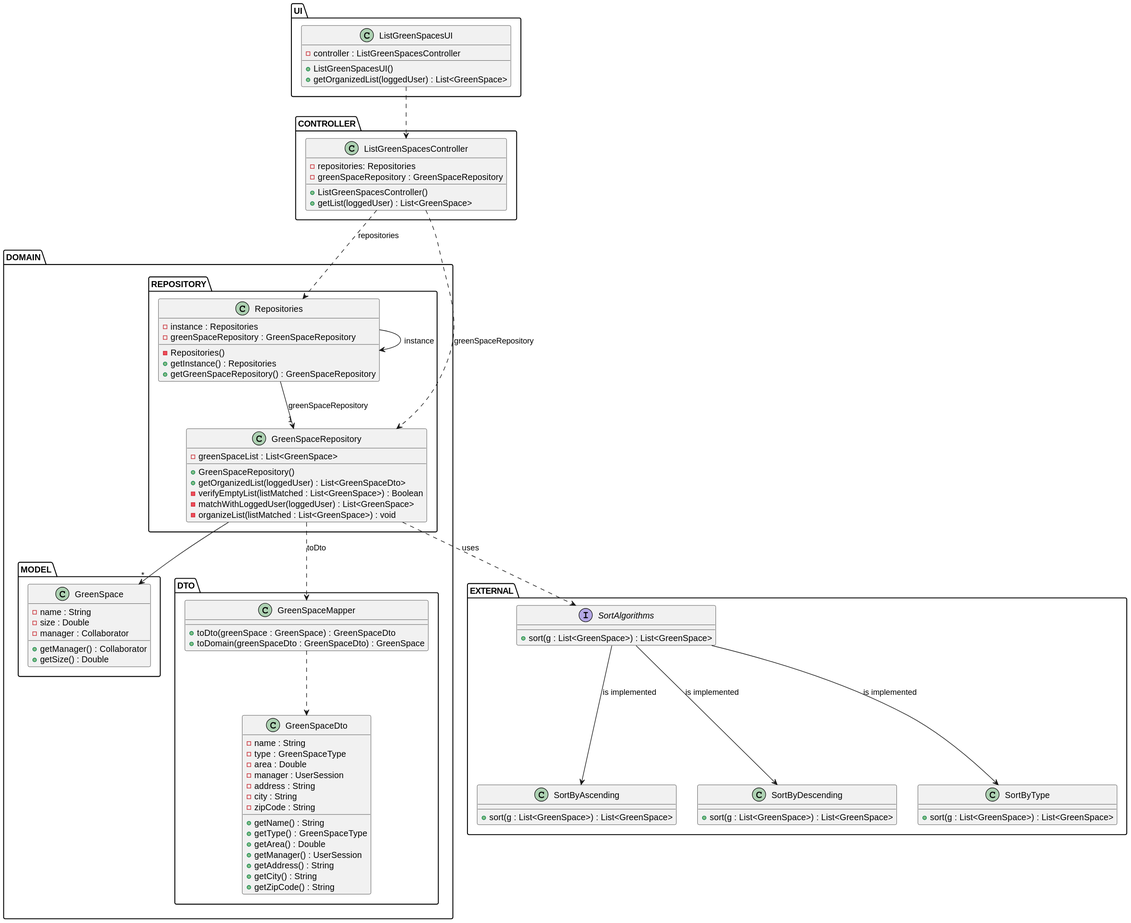
Above: docs/sprintC/us027/03.design/svg/us027-class-diagram.svg in ricardomm7/leaflink (PlantUML), before the change.
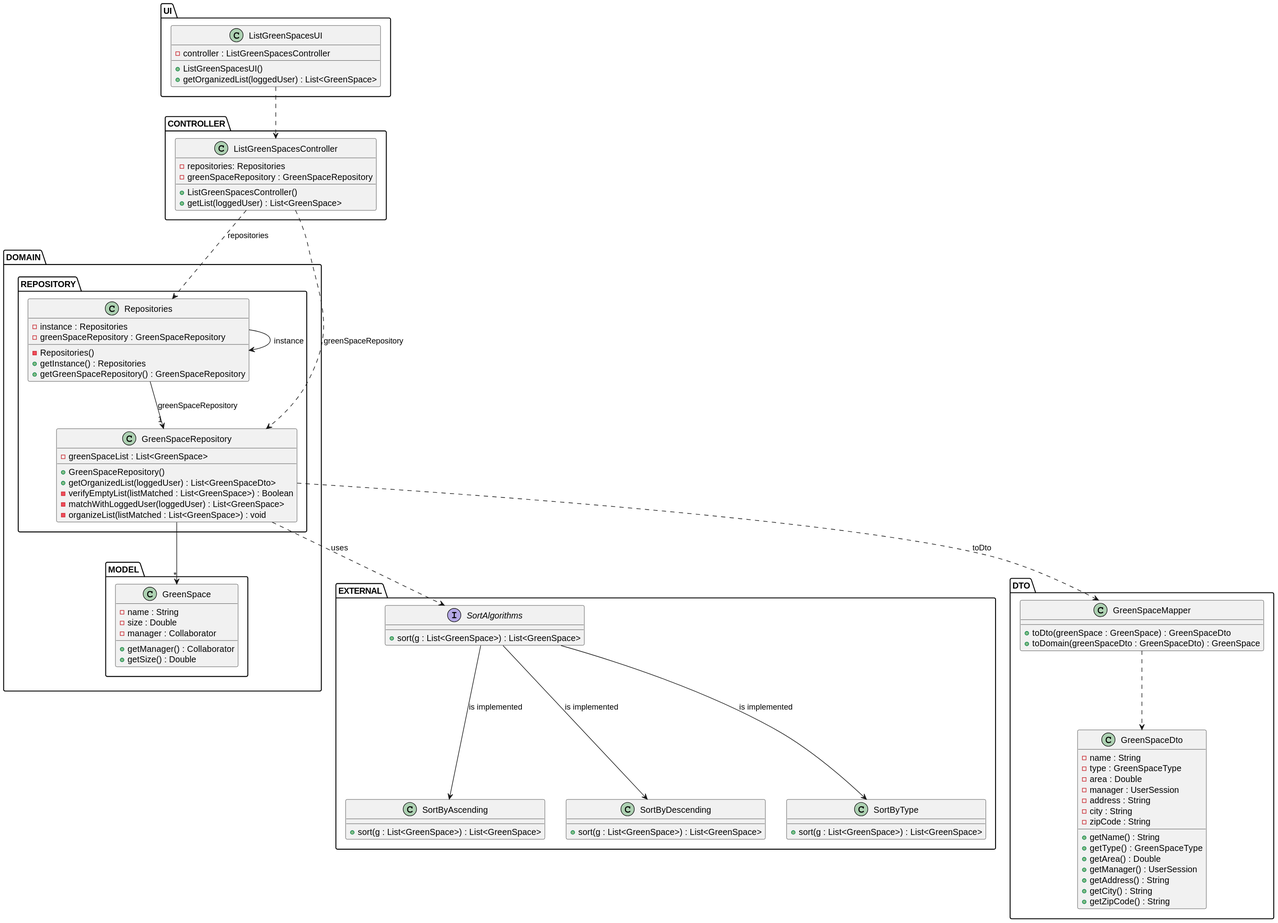
The same file after the commit.

Change to the diagram source:
```diff
@@ -46,29 +46,6 @@
         + getSize() : Double
     }
     }
-    package DTO{
-        class GreenSpaceDto{
-            - name : String
-            - type : GreenSpaceType
-            - area : Double
-            - manager : UserSession
-            - address : String
-            - city : String
-            - zipCode : String
-            + getName() : String
-            + getType() : GreenSpaceType
-            + getArea() : Double
-            + getManager() : UserSession
-            + getAddress() : String
-            + getCity() : String
-            + getZipCode() : String
-        }
-
-        class GreenSpaceMapper{
-            +toDto(greenSpace : GreenSpace) : GreenSpaceDto
-            +toDomain(greenSpaceDto : GreenSpaceDto) : GreenSpace
-        }
-    }
     }
     package EXTERNAL{
     interface SortAlgorithms{
@@ -84,6 +61,30 @@
         +sort(g : List<GreenSpace>) : List<GreenSpace>
     }
 }
+package DTO{
+           class GreenSpaceDto{
+                - name : String
+                - type : GreenSpaceType
+                - area : Double
+                - manager : UserSession
+                - address : String
+                - city : String
+                - zipCode : String
+                + getName() : String
+                + getType() : GreenSpaceType
+                + getArea() : Double
+                + getManager() : UserSession
+                + getAddress() : String
+                + getCity() : String
+                + getZipCode() : String
+            }
+
+            class GreenSpaceMapper{
+                +toDto(greenSpace : GreenSpace) : GreenSpaceDto
+                +toDomain(greenSpaceDto : GreenSpaceDto) : GreenSpace
+            }
+        }
+
 
 ListGreenSpacesUI ..> ListGreenSpacesController
 ListGreenSpacesController ..> Repositories: repositories
```
